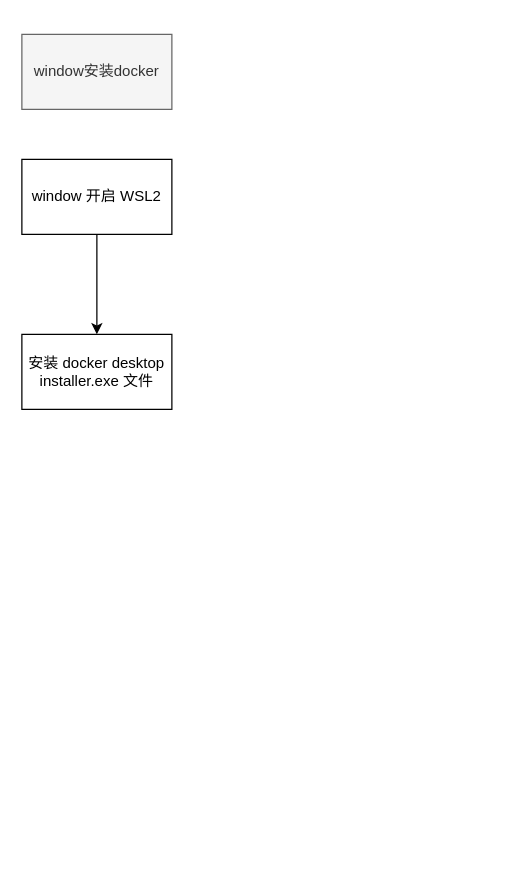
tangme/flowchart keeps this draw.io diagram as docker.drawio. Above is the earlier version. Source tidied: cells renumbered, new cells numbered last; positions are measured from the earlier drawing's top-left corner, leaving out a move shared by most shapes. Both pictures are drawn from the tidied source at 125%, with x=0, y=0 at pixel (21, 34).
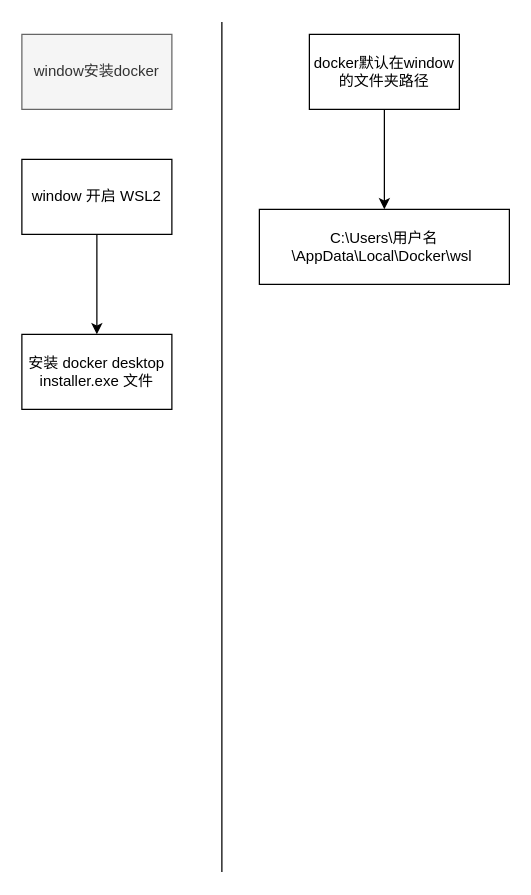
The same diagram, later.

Change to the diagram source:
```diff
@@
 <mxGraphModel>
   <root>
     <mxCell id="0" />
     <mxCell id="1" parent="0" />
     <mxCell id="2" value="window安装docker" style="rounded=0;whiteSpace=wrap;html=1;fillColor=#f5f5f5;fontColor=#333333;strokeColor=#666666;" parent="1" vertex="1">
       <mxGeometry width="120" height="60" as="geometry" />
     </mxCell>
     <mxCell id="3" style="edgeStyle=orthogonalEdgeStyle;rounded=0;jettySize=auto;html=1;" parent="1" edge="1" source="4" target="5">
       <mxGeometry relative="1" as="geometry" />
     </mxCell>
     <mxCell id="4" value="window 开启 WSL2" style="rounded=0;whiteSpace=wrap;html=1;" parent="1" vertex="1">
       <mxGeometry y="100" width="120" height="60" as="geometry" />
     </mxCell>
     <mxCell id="5" value="安装 docker desktop installer.exe 文件" style="rounded=0;whiteSpace=wrap;html=1;" parent="1" vertex="1">
       <mxGeometry y="240" width="120" height="60" as="geometry" />
     </mxCell>
+    <mxCell id="6" style="endArrow=none;html=1;rounded=0;" parent="1" edge="1">
+      <mxGeometry relative="1" as="geometry">
+        <mxPoint x="160" y="670" as="sourcePoint" />
+        <mxPoint x="160" y="-10" as="targetPoint" />
+      </mxGeometry>
+    </mxCell>
+    <mxCell id="7" style="edgeStyle=orthogonalEdgeStyle;rounded=0;jettySize=auto;html=1;" parent="1" edge="1" source="8" target="9">
+      <mxGeometry relative="1" as="geometry" />
+    </mxCell>
+    <mxCell id="8" value="docker默认在window的文件夹路径" style="rounded=0;whiteSpace=wrap;html=1;" parent="1" vertex="1">
+      <mxGeometry x="230" width="120" height="60" as="geometry" />
+    </mxCell>
+    <mxCell id="9" value="C:\Users\用户名\AppData\Local\Docker\wsl&amp;nbsp;" style="rounded=0;whiteSpace=wrap;html=1;" parent="1" vertex="1">
+      <mxGeometry x="190" y="140" width="200" height="60" as="geometry" />
+    </mxCell>
   </root>
 </mxGraphModel>
```
